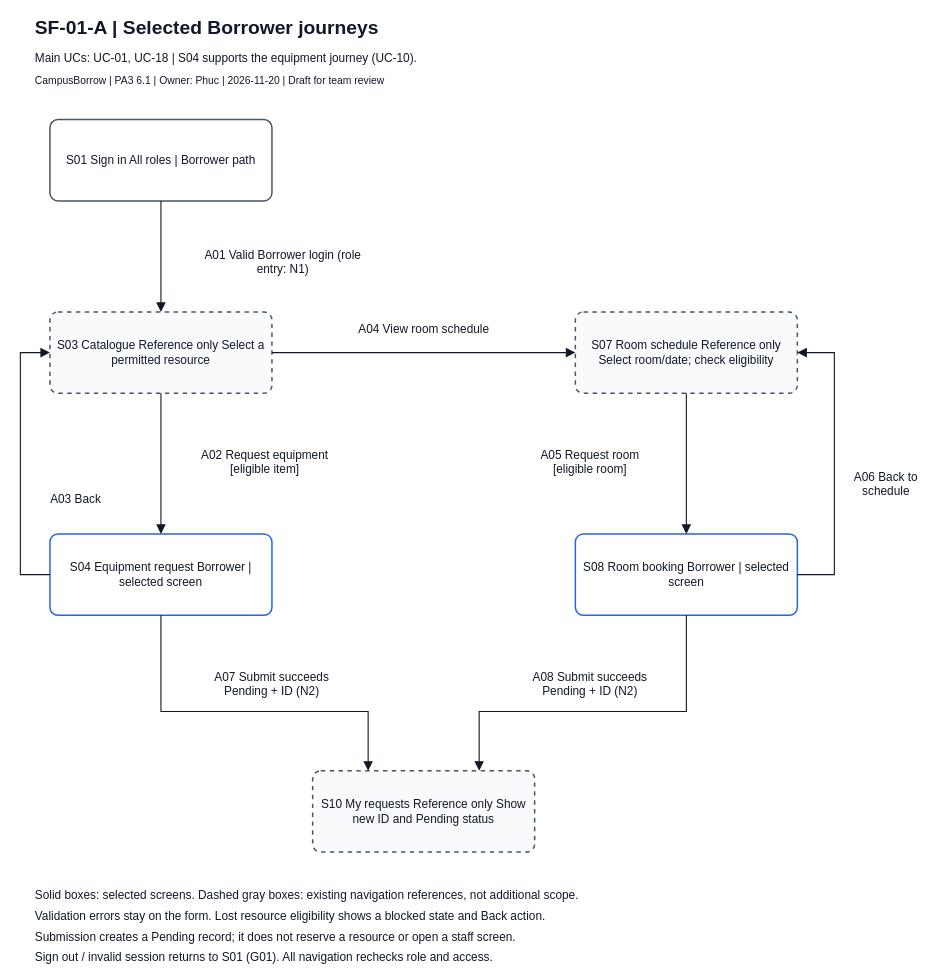
The draw.io diagram page "SF-01-A Borrower request journeys" (1 of 3) of docs/design/screen-flow/SF-01_screen-flow.drawio in JuliaTrang/T09-CampusBorrow, before the edit. Source tidied: cells renumbered, new cells numbered last; positions are measured from the earlier drawing's top-left corner, leaving out a move shared by most shapes. Both pictures are drawn from the tidied source at 74%, with x=0, y=0 at pixel (20, 13).
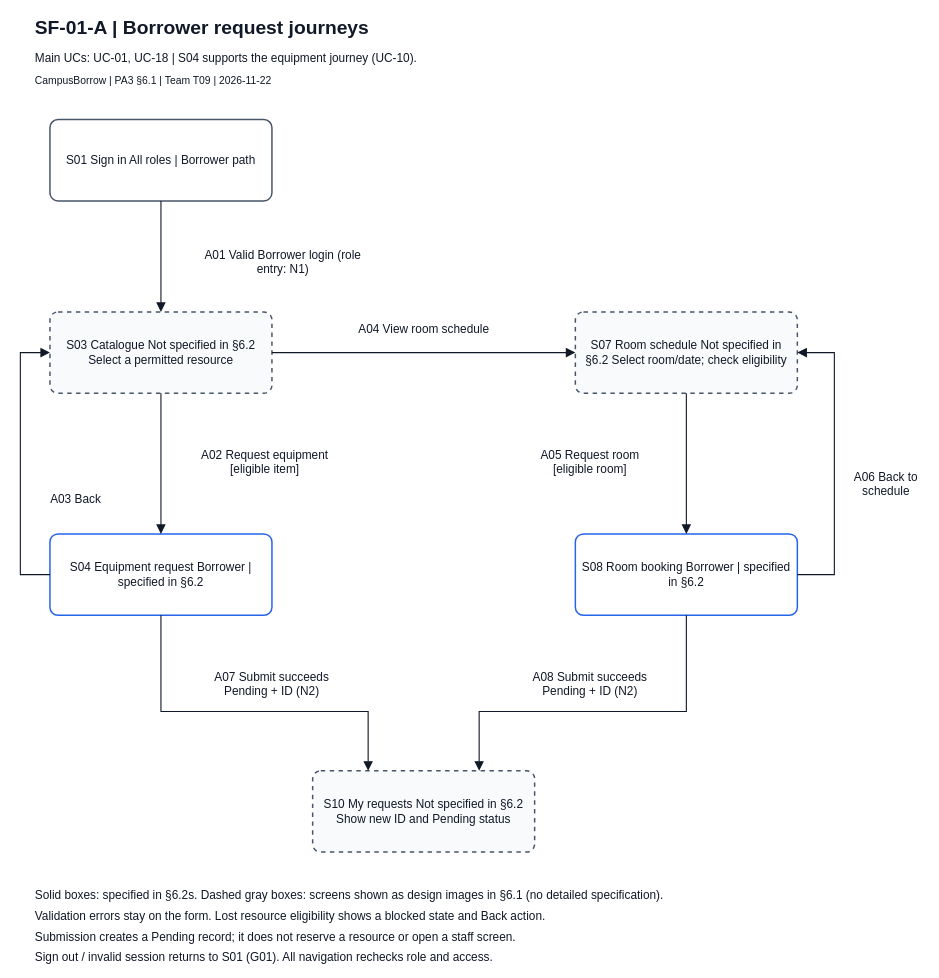
The same diagram, later.

The edit, as a diff of the source:
```diff
@@
-    <mxCell id="2" value="SF-01-A | Selected Borrower journeys" style="text;html=0;align=left;verticalAlign=top;whiteSpace=wrap;overflow=visible;fontFamily=Arial;fontSize=26;fontColor=#111827;fontStyle=1;spacing=0;" parent="1" vertex="1">
+    <mxCell id="2" value="SF-01-A | Borrower request journeys" style="text;html=0;align=left;verticalAlign=top;whiteSpace=wrap;overflow=visible;fontFamily=Arial;fontSize=26;fontColor=#111827;fontStyle=1;spacing=0;" parent="1" vertex="1">
       <mxGeometry x="20" width="1200" height="35" as="geometry" />
     </mxCell>
@@
-    <mxCell id="4" value="CampusBorrow | PA3 6.1 | Owner: Phuc | 2026-11-20 | Draft for team review" style="text;html=0;align=left;verticalAlign=top;whiteSpace=wrap;overflow=visible;fontFamily=Arial;fontSize=14;fontColor=#111827;fontStyle=0;spacing=0;" parent="1" vertex="1">
+    <mxCell id="4" value="CampusBorrow | PA3 §6.1 | Team T09 | 2026-11-22" style="text;html=0;align=left;verticalAlign=top;whiteSpace=wrap;overflow=visible;fontFamily=Arial;fontSize=14;fontColor=#111827;fontStyle=0;spacing=0;" parent="1" vertex="1">
       <mxGeometry x="20" y="78" width="1200" height="26" as="geometry" />
     </mxCell>
@@
-    <mxCell id="6" value="S03 Catalogue Reference only Select a permitted resource" style="rounded=1;arcSize=10;whiteSpace=wrap;html=0;fillColor=#F8FAFC;dashed=1;strokeColor=#475569;strokeWidth=2;fontFamily=Arial;fontSize=16;fontColor=#111827;align=center;verticalAlign=middle;spacing=10;" parent="1" vertex="1">
+    <mxCell id="6" value="S03 Catalogue Not specified in §6.2 Select a permitted resource" style="rounded=1;arcSize=10;whiteSpace=wrap;html=0;fillColor=#F8FAFC;dashed=1;strokeColor=#475569;strokeWidth=2;fontFamily=Arial;fontSize=16;fontColor=#111827;align=center;verticalAlign=middle;spacing=10;" parent="1" vertex="1">
       <mxGeometry x="40" y="404" width="300" height="110" as="geometry" />
     </mxCell>
-    <mxCell id="7" value="S07 Room schedule Reference only Select room/date; check eligibility" style="rounded=1;arcSize=10;whiteSpace=wrap;html=0;fillColor=#F8FAFC;dashed=1;strokeColor=#475569;strokeWidth=2;fontFamily=Arial;fontSize=16;fontColor=#111827;align=center;verticalAlign=middle;spacing=10;" parent="1" vertex="1">
+    <mxCell id="7" value="S07 Room schedule Not specified in §6.2 Select room/date; check eligibility" style="rounded=1;arcSize=10;whiteSpace=wrap;html=0;fillColor=#F8FAFC;dashed=1;strokeColor=#475569;strokeWidth=2;fontFamily=Arial;fontSize=16;fontColor=#111827;align=center;verticalAlign=middle;spacing=10;" parent="1" vertex="1">
       <mxGeometry x="750" y="404" width="300" height="110" as="geometry" />
     </mxCell>
-    <mxCell id="8" value="S04 Equipment request Borrower | selected screen" style="rounded=1;arcSize=10;whiteSpace=wrap;html=0;fillColor=#FFFFFF;dashed=0;strokeColor=#2563EB;strokeWidth=2;fontFamily=Arial;fontSize=16;fontColor=#111827;align=center;verticalAlign=middle;spacing=10;" parent="1" vertex="1">
+    <mxCell id="8" value="S04 Equipment request Borrower | specified in §6.2" style="rounded=1;arcSize=10;whiteSpace=wrap;html=0;fillColor=#FFFFFF;dashed=0;strokeColor=#2563EB;strokeWidth=2;fontFamily=Arial;fontSize=16;fontColor=#111827;align=center;verticalAlign=middle;spacing=10;" parent="1" vertex="1">
       <mxGeometry x="40" y="704" width="300" height="110" as="geometry" />
     </mxCell>
-    <mxCell id="9" value="S08 Room booking Borrower | selected screen" style="rounded=1;arcSize=10;whiteSpace=wrap;html=0;fillColor=#FFFFFF;dashed=0;strokeColor=#2563EB;strokeWidth=2;fontFamily=Arial;fontSize=16;fontColor=#111827;align=center;verticalAlign=middle;spacing=10;" parent="1" vertex="1">
+    <mxCell id="9" value="S08 Room booking Borrower | specified in §6.2" style="rounded=1;arcSize=10;whiteSpace=wrap;html=0;fillColor=#FFFFFF;dashed=0;strokeColor=#2563EB;strokeWidth=2;fontFamily=Arial;fontSize=16;fontColor=#111827;align=center;verticalAlign=middle;spacing=10;" parent="1" vertex="1">
       <mxGeometry x="750" y="704" width="300" height="110" as="geometry" />
     </mxCell>
-    <mxCell id="10" value="S10 My requests Reference only Show new ID and Pending status" style="rounded=1;arcSize=10;whiteSpace=wrap;html=0;fillColor=#F8FAFC;dashed=1;strokeColor=#475569;strokeWidth=2;fontFamily=Arial;fontSize=16;fontColor=#111827;align=center;verticalAlign=middle;spacing=10;" parent="1" vertex="1">
+    <mxCell id="10" value="S10 My requests Not specified in §6.2 Show new ID and Pending status" style="rounded=1;arcSize=10;whiteSpace=wrap;html=0;fillColor=#F8FAFC;dashed=1;strokeColor=#475569;strokeWidth=2;fontFamily=Arial;fontSize=16;fontColor=#111827;align=center;verticalAlign=middle;spacing=10;" parent="1" vertex="1">
       <mxGeometry x="395" y="1024" width="300" height="110" as="geometry" />
     </mxCell>
@@
-    <mxCell id="27" value="Solid boxes: selected screens. Dashed gray boxes: existing navigation references, not additional scope." style="text;html=0;align=left;verticalAlign=top;whiteSpace=wrap;overflow=visible;fontFamily=Arial;fontSize=16;fontColor=#111827;fontStyle=0;spacing=0;" parent="1" vertex="1">
+    <mxCell id="27" value="Solid boxes: specified in §6.2s. Dashed gray boxes: screens shown as design images in §6.1 (no detailed specification)." style="text;html=0;align=left;verticalAlign=top;whiteSpace=wrap;overflow=visible;fontFamily=Arial;fontSize=16;fontColor=#111827;fontStyle=0;spacing=0;" parent="1" vertex="1">
       <mxGeometry x="20" y="1178" width="1200" height="25" as="geometry" />
     </mxCell>
```
